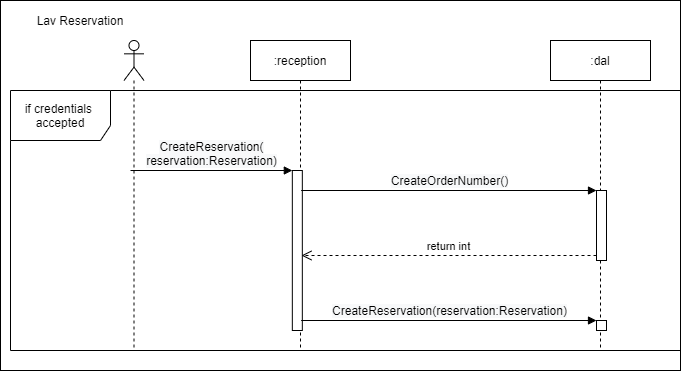
Earlier version of the draw.io export Diagrammer/SD/SD Lav Reservation.png (jonash871j/Landlyst-24062020). Source tidied: cells renumbered, new cells last; positions are measured from the earlier drawing's top-left corner, leaving out a move shared by most shapes.
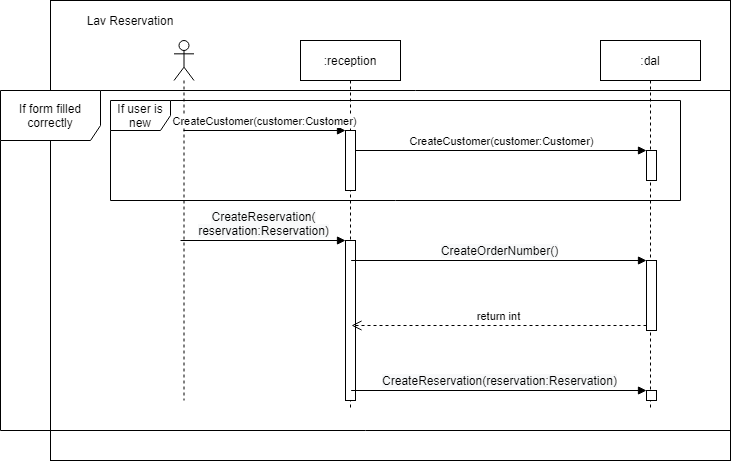
After the commit.

Diff of the diagram source:
```diff
@@ -2,53 +2,68 @@
   <root>
     <mxCell id="0" />
     <mxCell id="1" parent="0" />
-    <mxCell id="2" style="rounded=0;whiteSpace=wrap;html=1;" parent="1" vertex="1">
-      <mxGeometry width="680" height="370" as="geometry" />
-    </mxCell>
-    <mxCell id="3" value="if&amp;nbsp;credentials&amp;nbsp;&lt;br&gt;accepted" style="shape=umlFrame;whiteSpace=wrap;html=1;width=100;height=50;" parent="1" vertex="1">
-      <mxGeometry x="10" y="90" width="670" height="260" as="geometry" />
-    </mxCell>
-    <mxCell id="4" style="shape=umlLifeline;participant=umlActor;perimeter=lifelinePerimeter;whiteSpace=wrap;html=1;verticalAlign=top;spacingTop=36;labelBackgroundColor=#ffffff;" parent="1" vertex="1">
-      <mxGeometry x="123.5" y="40" width="20" height="310" as="geometry" />
-    </mxCell>
+    <mxCell id="15" style="rounded=0;whiteSpace=wrap;html=1;" parent="1" vertex="1">
+      <mxGeometry width="680" height="460" as="geometry" />
+    </mxCell>
+    <mxCell id="16" value="If form filled correctly" style="shape=umlFrame;whiteSpace=wrap;html=1;width=100;height=50;" parent="1" vertex="1">
+      <mxGeometry x="-50" y="90" width="730" height="340" as="geometry" />
+    </mxCell>
+    <mxCell id="17" style="shape=umlLifeline;participant=umlActor;perimeter=lifelinePerimeter;whiteSpace=wrap;html=1;verticalAlign=top;spacingTop=36;labelBackgroundColor=#ffffff;outlineConnect=0;" parent="1" vertex="1">
+      <mxGeometry x="123.5" y="40" width="20" height="360" as="geometry" />
+    </mxCell>
     <mxCell id="5" value=":reception" style="shape=umlLifeline;perimeter=lifelinePerimeter;whiteSpace=wrap;html=1;" parent="1" vertex="1">
-      <mxGeometry x="250" y="40" width="100" height="310" as="geometry" />
+      <mxGeometry x="250" y="40" width="100" height="370" as="geometry" />
     </mxCell>
-    <mxCell id="6" style="html=1;points=[];perimeter=orthogonalPerimeter;" parent="5" vertex="1">
-      <mxGeometry x="41.8" y="130" width="10" height="160" as="geometry" />
-    </mxCell>
+    <mxCell id="18" style="html=1;points=[];perimeter=orthogonalPerimeter;" parent="5" vertex="1">
+      <mxGeometry x="45" y="200" width="10" height="160" as="geometry" />
+    </mxCell>
-    <mxCell id="7" value="&lt;span style=&quot;font-size: 12px ; text-align: left ; background-color: rgb(248 , 249 , 250)&quot;&gt;CreateReservation(&lt;br&gt;reservation:Reservation)&lt;/span&gt;" style="html=1;verticalAlign=bottom;endArrow=block;entryX=0;entryY=0;" parent="5" edge="1" target="6">
+    <mxCell id="7" value="&lt;span style=&quot;font-size: 12px ; text-align: left ; background-color: rgb(248 , 249 , 250)&quot;&gt;CreateReservation(&lt;br&gt;reservation:Reservation)&lt;/span&gt;" style="html=1;verticalAlign=bottom;endArrow=block;entryX=0;entryY=0;" parent="5" edge="1" target="18">
       <mxGeometry relative="1" as="geometry">
-        <mxPoint x="-120" y="130" as="sourcePoint" />
+        <mxPoint x="-120" y="200" as="sourcePoint" />
       </mxGeometry>
     </mxCell>
+    <mxCell id="19" style="html=1;points=[];perimeter=orthogonalPerimeter;" parent="5" vertex="1">
+      <mxGeometry x="45" y="90" width="10" height="60" as="geometry" />
+    </mxCell>
     <mxCell id="8" value=":dal" style="shape=umlLifeline;perimeter=lifelinePerimeter;whiteSpace=wrap;html=1;" parent="1" vertex="1">
-      <mxGeometry x="550" y="40" width="100" height="310" as="geometry" />
+      <mxGeometry x="550" y="40" width="100" height="370" as="geometry" />
     </mxCell>
-    <mxCell id="9" value="&lt;span style=&quot;font-size: 12px ; text-align: left ; background-color: rgb(248 , 249 , 250)&quot;&gt;CreateReservation(reservation:Reservation)&lt;/span&gt;" style="html=1;verticalAlign=bottom;endArrow=block;entryX=0;entryY=0;" parent="8" edge="1" target="10">
+    <mxCell id="9" value="&lt;span style=&quot;font-size: 12px ; text-align: left ; background-color: rgb(248 , 249 , 250)&quot;&gt;CreateReservation(reservation:Reservation)&lt;/span&gt;" style="html=1;verticalAlign=bottom;endArrow=block;entryX=0;entryY=0;" parent="8" edge="1" target="20">
       <mxGeometry relative="1" as="geometry">
-        <mxPoint x="-249.3" y="280" as="sourcePoint" />
+        <mxPoint x="-249.3" y="350" as="sourcePoint" />
       </mxGeometry>
     </mxCell>
-    <mxCell id="10" style="html=1;points=[];perimeter=orthogonalPerimeter;" parent="8" vertex="1">
-      <mxGeometry x="46" y="280" width="10" height="10" as="geometry" />
-    </mxCell>
+    <mxCell id="20" style="html=1;points=[];perimeter=orthogonalPerimeter;" parent="8" vertex="1">
+      <mxGeometry x="46" y="350" width="10" height="10" as="geometry" />
+    </mxCell>
     <mxCell id="11" value="return int" style="html=1;verticalAlign=bottom;endArrow=open;dashed=1;endSize=8;" parent="8" edge="1">
       <mxGeometry relative="1" as="geometry">
-        <mxPoint x="46" y="215" as="sourcePoint" />
-        <mxPoint x="-249" y="215" as="targetPoint" />
+        <mxPoint x="46" y="285" as="sourcePoint" />
+        <mxPoint x="-249" y="285" as="targetPoint" />
       </mxGeometry>
     </mxCell>
-    <mxCell id="12" value="&lt;span style=&quot;font-size: 12px ; text-align: left ; background-color: rgb(248 , 249 , 250)&quot;&gt;CreateOrderNumber()&lt;/span&gt;" style="html=1;verticalAlign=bottom;endArrow=block;entryX=0;entryY=0;" parent="8" edge="1" target="13">
+    <mxCell id="12" value="&lt;span style=&quot;font-size: 12px ; text-align: left ; background-color: rgb(248 , 249 , 250)&quot;&gt;CreateOrderNumber()&lt;/span&gt;" style="html=1;verticalAlign=bottom;endArrow=block;entryX=0;entryY=0;" parent="8" edge="1" target="21">
       <mxGeometry relative="1" as="geometry">
-        <mxPoint x="-249.3" y="150" as="sourcePoint" />
+        <mxPoint x="-249.3" y="220" as="sourcePoint" />
       </mxGeometry>
     </mxCell>
-    <mxCell id="13" style="html=1;points=[];perimeter=orthogonalPerimeter;" parent="8" vertex="1">
-      <mxGeometry x="46" y="150" width="10" height="70" as="geometry" />
-    </mxCell>
+    <mxCell id="21" style="html=1;points=[];perimeter=orthogonalPerimeter;" parent="8" vertex="1">
+      <mxGeometry x="46" y="220" width="10" height="70" as="geometry" />
+    </mxCell>
+    <mxCell id="22" style="html=1;points=[];perimeter=orthogonalPerimeter;" parent="8" vertex="1">
+      <mxGeometry x="46" y="110" width="10" height="30" as="geometry" />
+    </mxCell>
     <mxCell id="14" value="Lav&amp;nbsp;&lt;span style=&quot;text-align: left&quot;&gt;Reservation&lt;/span&gt;" style="text;html=1;strokeColor=none;fillColor=none;align=center;verticalAlign=middle;whiteSpace=wrap;rounded=0;" parent="1" vertex="1">
       <mxGeometry x="20" width="120" height="40" as="geometry" />
     </mxCell>
+    <mxCell id="23" value="CreateCustomer(customer:Customer)" style="html=1;verticalAlign=bottom;endArrow=block;entryX=0;entryY=0;" parent="1" edge="1" source="17" target="19">
+      <mxGeometry relative="1" as="geometry" />
+    </mxCell>
+    <mxCell id="24" value="CreateCustomer(customer:Customer)" style="html=1;verticalAlign=bottom;endArrow=block;entryX=0;entryY=0;" parent="1" edge="1" source="19" target="22">
+      <mxGeometry relative="1" as="geometry" />
+    </mxCell>
+    <mxCell id="25" value="If user is new" style="shape=umlFrame;whiteSpace=wrap;html=1;" parent="1" vertex="1">
+      <mxGeometry x="60" y="100" width="570" height="100" as="geometry" />
+    </mxCell>
   </root>
 </mxGraphModel>
```
